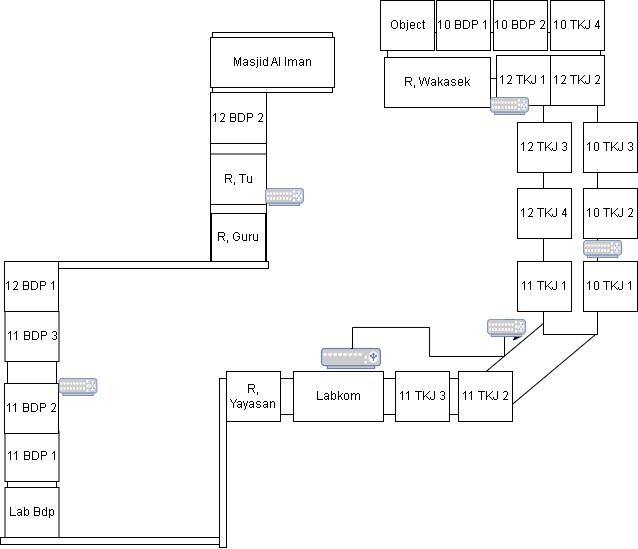
This is Topologi-pasran-new.drawio.png from Dhaffnavyz/draw.io, a draw.io export, as it was before one commit. Source tidied: cells renumbered, new cells last; positions are measured from the earlier drawing's top-left corner, leaving out a move shared by most shapes.
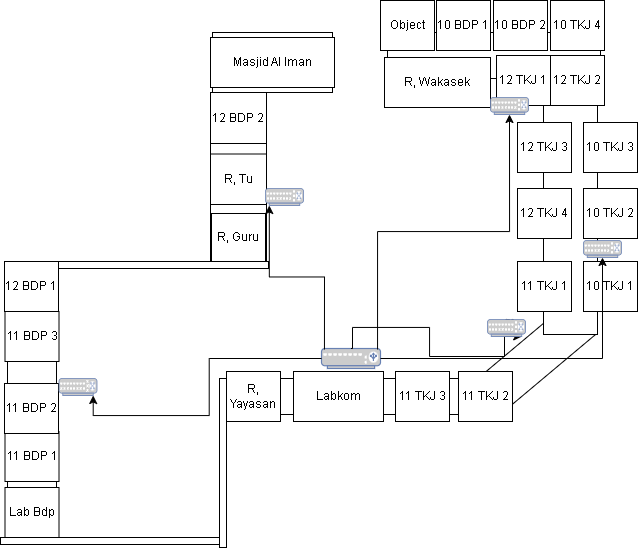
Above is the later version.

The edit, as a diff of the source:
```diff
@@ -144,5 +144,17 @@
     <mxCell id="45" style="fontColor=#0066CC;verticalAlign=top;verticalLabelPosition=bottom;labelPosition=center;align=center;html=1;outlineConnect=0;fillColor=#CCCCCC;strokeColor=#6881B3;gradientColor=none;gradientDirection=north;strokeWidth=2;shape=mxgraph.networks.switch;" parent="1" vertex="1">
       <mxGeometry x="583" y="240" width="38" height="17" as="geometry" />
     </mxCell>
+    <mxCell id="46" style="edgeStyle=orthogonalEdgeStyle;rounded=0;jettySize=auto;html=1;exitX=0;exitY=0.5;exitDx=0;exitDy=0;exitPerimeter=0;entryX=0.9;entryY=1;entryDx=0;entryDy=0;entryPerimeter=0;" parent="1" edge="1" source="13" target="42">
+      <mxGeometry relative="1" as="geometry" />
+    </mxCell>
+    <mxCell id="47" style="edgeStyle=orthogonalEdgeStyle;rounded=0;jettySize=auto;html=1;exitX=0.05;exitY=0.05;exitDx=0;exitDy=0;exitPerimeter=0;entryX=0.1;entryY=1;entryDx=0;entryDy=0;entryPerimeter=0;" parent="1" edge="1" source="13" target="43">
+      <mxGeometry relative="1" as="geometry" />
+    </mxCell>
+    <mxCell id="48" style="edgeStyle=orthogonalEdgeStyle;rounded=0;jettySize=auto;html=1;exitX=1;exitY=0.5;exitDx=0;exitDy=0;exitPerimeter=0;entryX=0.5;entryY=1;entryDx=0;entryDy=0;entryPerimeter=0;" parent="1" edge="1" source="13" target="45">
+      <mxGeometry relative="1" as="geometry" />
+    </mxCell>
+    <mxCell id="49" style="edgeStyle=orthogonalEdgeStyle;rounded=0;jettySize=auto;html=1;exitX=0.95;exitY=0.05;exitDx=0;exitDy=0;exitPerimeter=0;entryX=0.5;entryY=1;entryDx=0;entryDy=0;entryPerimeter=0;" parent="1" edge="1" source="13" target="44">
+      <mxGeometry relative="1" as="geometry" />
+    </mxCell>
   </root>
 </mxGraphModel>
```
